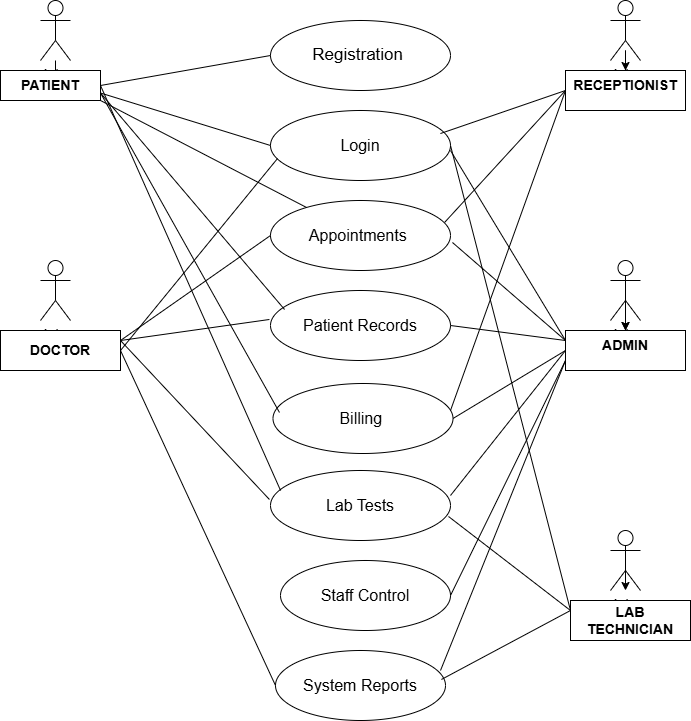
Before: diagrams/use case diagram.png, a diagram exported from draw.io (Fahmida-Hoq/Hospital-Management-System). Source tidied: cells renumbered, new cells last; positions are measured from the earlier drawing's top-left corner, leaving out a move shared by most shapes.
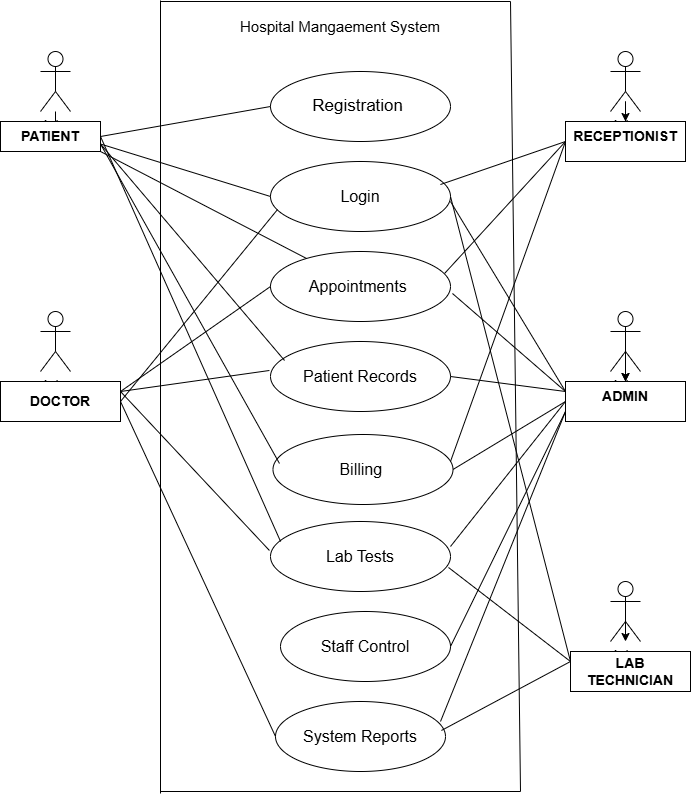
The same diagram one commit later.

What changed in the source:
```diff
@@ -153,5 +153,32 @@
     <mxCell id="48" style="endArrow=none;html=1;rounded=0;entryX=1;entryY=0.5;entryDx=0;entryDy=0;exitX=0.056;exitY=0.286;exitDx=0;exitDy=0;exitPerimeter=0;" parent="1" edge="1" source="24" target="12">
       <mxGeometry relative="1" as="geometry" />
     </mxCell>
+    <mxCell id="49" style="endArrow=none;html=1;rounded=0;" parent="1" edge="1">
+      <mxGeometry relative="1" as="geometry">
+        <mxPoint x="160" y="-50" as="sourcePoint" />
+        <mxPoint x="510" y="-50" as="targetPoint" />
+      </mxGeometry>
+    </mxCell>
+    <mxCell id="50" style="endArrow=none;html=1;rounded=0;" parent="1" edge="1">
+      <mxGeometry relative="1" as="geometry">
+        <mxPoint x="160" y="742" as="sourcePoint" />
+        <mxPoint x="160" y="-51" as="targetPoint" />
+      </mxGeometry>
+    </mxCell>
+    <mxCell id="51" style="endArrow=none;html=1;rounded=0;" parent="1" edge="1">
+      <mxGeometry relative="1" as="geometry">
+        <mxPoint x="160" y="740" as="sourcePoint" />
+        <mxPoint x="520" y="740" as="targetPoint" />
+      </mxGeometry>
+    </mxCell>
+    <mxCell id="52" style="endArrow=none;html=1;rounded=0;" parent="1" edge="1">
+      <mxGeometry relative="1" as="geometry">
+        <mxPoint x="520" y="740" as="sourcePoint" />
+        <mxPoint x="510" y="-50" as="targetPoint" />
+      </mxGeometry>
+    </mxCell>
+    <mxCell id="53" value="&lt;font style=&quot;font-size: 15px;&quot;&gt;Hospital Mangaement System&lt;/font&gt;" style="text;html=1;whiteSpace=wrap;strokeColor=none;fillColor=none;align=center;verticalAlign=middle;rounded=0;" parent="1" vertex="1">
+      <mxGeometry x="230" y="-40" width="220" height="30" as="geometry" />
+    </mxCell>
   </root>
 </mxGraphModel>
```
